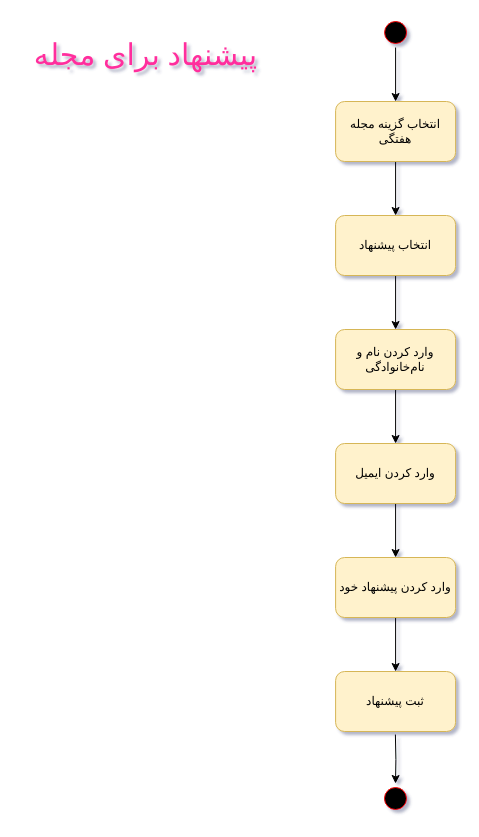
The draw.io diagram page "پیشنهاد برای مجله" (4 of 20) of Sequence Diagram/SequenceDiagram.drawio in Matinrezaei/Software-Lab, before the edit. Source tidied: cells renumbered, new cells numbered last; positions are measured from the earlier drawing's top-left corner, leaving out a move shared by most shapes. Both pictures are drawn from the tidied source at 100%, with x=0, y=0 at pixel (17, 17).
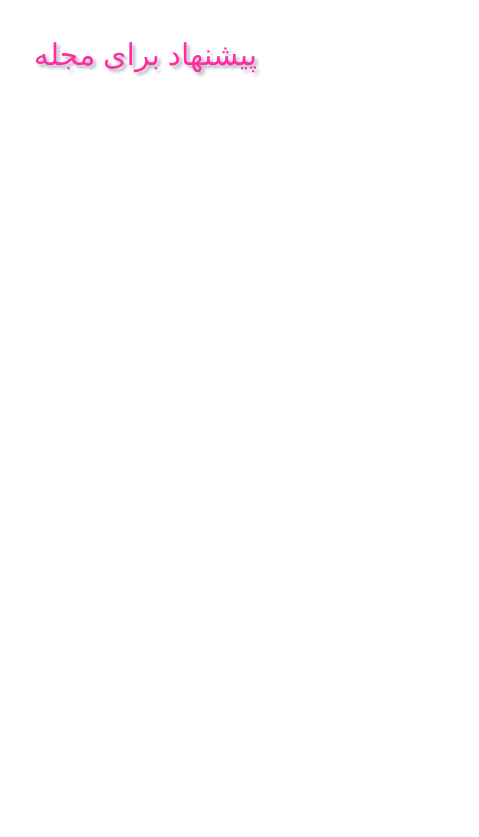
Above is the later version.

Change to the diagram source:
```diff
@@
 <mxGraphModel shadow="1">
   <root>
     <mxCell id="0" />
     <mxCell id="1" parent="0" />
-    <mxCell id="2" style="edgeStyle=orthogonalEdgeStyle;rounded=0;jettySize=auto;html=1;entryX=0.5;entryY=0;entryDx=0;entryDy=0;" parent="1" edge="1" source="3" target="5">
-      <mxGeometry relative="1" as="geometry" />
-    </mxCell>
-    <mxCell id="3" style="ellipse;html=1;shape=startState;fillColor=#000000;strokeColor=#ff0000;" parent="1" vertex="1">
-      <mxGeometry x="363.1" width="30" height="30" as="geometry" />
-    </mxCell>
-    <mxCell id="4" style="edgeStyle=orthogonalEdgeStyle;rounded=0;jettySize=auto;html=1;entryX=0.5;entryY=0;entryDx=0;entryDy=0;" parent="1" edge="1" source="5" target="7">
-      <mxGeometry relative="1" as="geometry" />
-    </mxCell>
-    <mxCell id="5" value="انتخاب گزینه مجله هفتگی" style="rounded=1;whiteSpace=wrap;html=1;fillColor=#fff2cc;strokeColor=#d6b656;" parent="1" vertex="1">
-      <mxGeometry x="318.1" y="84" width="120" height="60" as="geometry" />
-    </mxCell>
-    <mxCell id="6" style="edgeStyle=orthogonalEdgeStyle;rounded=0;jettySize=auto;html=1;" parent="1" edge="1" source="7" target="9">
-      <mxGeometry relative="1" as="geometry" />
-    </mxCell>
-    <mxCell id="7" value="انتخاب پیشنهاد" style="rounded=1;whiteSpace=wrap;html=1;fillColor=#fff2cc;strokeColor=#d6b656;" parent="1" vertex="1">
-      <mxGeometry x="318.1" y="198" width="120" height="60" as="geometry" />
-    </mxCell>
-    <mxCell id="8" style="edgeStyle=orthogonalEdgeStyle;rounded=0;jettySize=auto;html=1;entryX=0.5;entryY=0;entryDx=0;entryDy=0;" parent="1" edge="1" source="9" target="11">
-      <mxGeometry relative="1" as="geometry" />
-    </mxCell>
-    <mxCell id="9" value="وارد کردن نام و نام‌خانوادگی" style="rounded=1;whiteSpace=wrap;html=1;fillColor=#fff2cc;strokeColor=#d6b656;" parent="1" vertex="1">
-      <mxGeometry x="318.1" y="312" width="120" height="60" as="geometry" />
-    </mxCell>
-    <mxCell id="10" style="edgeStyle=orthogonalEdgeStyle;rounded=0;jettySize=auto;html=1;entryX=0.5;entryY=0;entryDx=0;entryDy=0;" parent="1" edge="1" source="11" target="13">
-      <mxGeometry relative="1" as="geometry" />
-    </mxCell>
-    <mxCell id="11" value="وارد کردن ایمیل" style="rounded=1;whiteSpace=wrap;html=1;fillColor=#fff2cc;strokeColor=#d6b656;" parent="1" vertex="1">
-      <mxGeometry x="318.1" y="426" width="120" height="60" as="geometry" />
-    </mxCell>
-    <mxCell id="12" style="edgeStyle=orthogonalEdgeStyle;rounded=0;jettySize=auto;html=1;entryX=0.5;entryY=0;entryDx=0;entryDy=0;" parent="1" edge="1" source="13" target="14">
-      <mxGeometry relative="1" as="geometry" />
-    </mxCell>
-    <mxCell id="13" value="وارد کردن پیشنهاد خود" style="rounded=1;whiteSpace=wrap;html=1;fillColor=#fff2cc;strokeColor=#d6b656;" parent="1" vertex="1">
-      <mxGeometry x="318.1" y="540" width="120" height="60" as="geometry" />
-    </mxCell>
-    <mxCell id="14" value="ثبت پیشنهاد" style="rounded=1;whiteSpace=wrap;html=1;fillColor=#fff2cc;strokeColor=#d6b656;" parent="1" vertex="1">
-      <mxGeometry x="318.1" y="654" width="120" height="60" as="geometry" />
-    </mxCell>
-    <mxCell id="15" style="edgeStyle=orthogonalEdgeStyle;rounded=0;jettySize=auto;html=1;" parent="1" edge="1" target="16">
-      <mxGeometry relative="1" as="geometry">
-        <mxPoint x="377.9" y="717" as="sourcePoint" />
-      </mxGeometry>
-    </mxCell>
-    <mxCell id="16" style="ellipse;html=1;shape=startState;fillColor=#000000;strokeColor=#ff0000;" parent="1" vertex="1">
-      <mxGeometry x="363" y="766" width="30" height="30" as="geometry" />
-    </mxCell>
     <mxCell id="17" value="&lt;font style=&quot;font-size: 30px;&quot; color=&quot;#ff2e9d&quot; face=&quot;Tahoma&quot;&gt;پیشنهاد برای مجله&lt;/font&gt;" style="text;html=1;align=center;verticalAlign=middle;strokeColor=none;fillColor=none;" parent="1" vertex="1">
       <mxGeometry y="12" width="255" height="48" as="geometry" />
     </mxCell>
   </root>
 </mxGraphModel>
```
